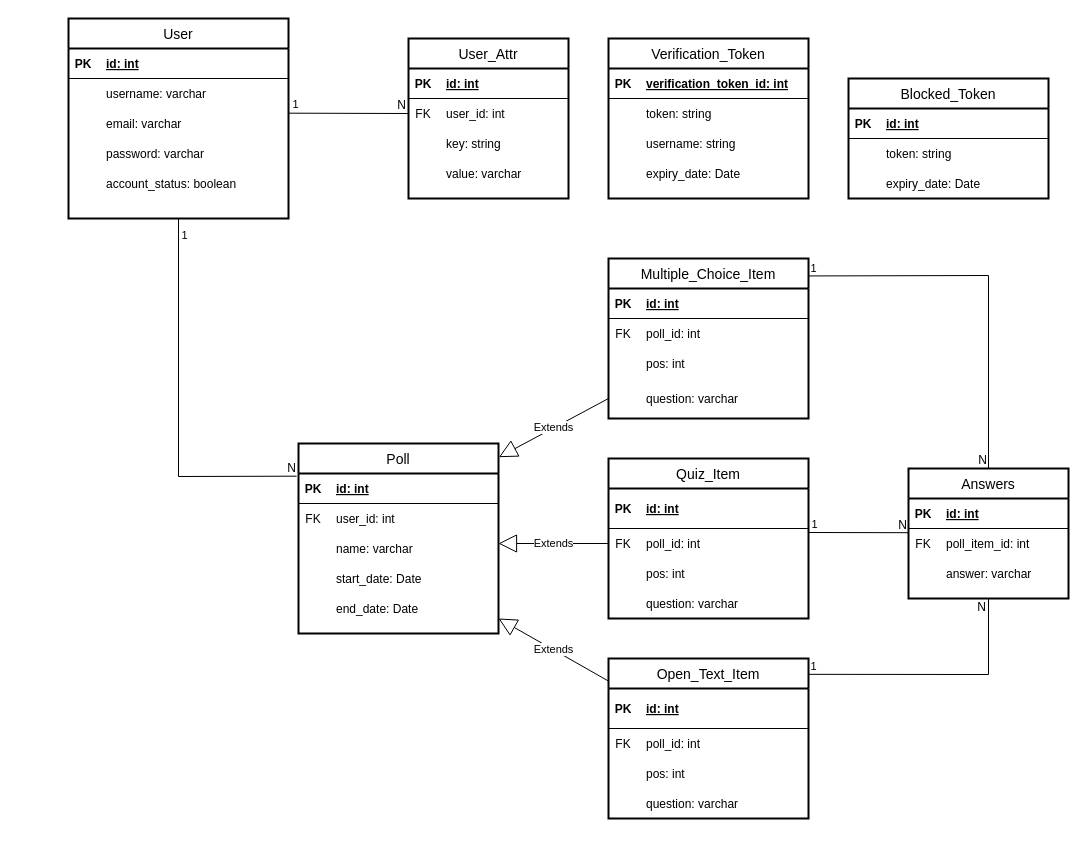
The draw.io diagram media/er-diagram.drawio in livepoll/live-poll-api, before the edit. Source tidied: cells renumbered, new cells numbered last; positions are measured from the earlier drawing's top-left corner, leaving out a move shared by most shapes. Both pictures are drawn from the tidied source at 100%, with x=0, y=0 at pixel (68, 18).
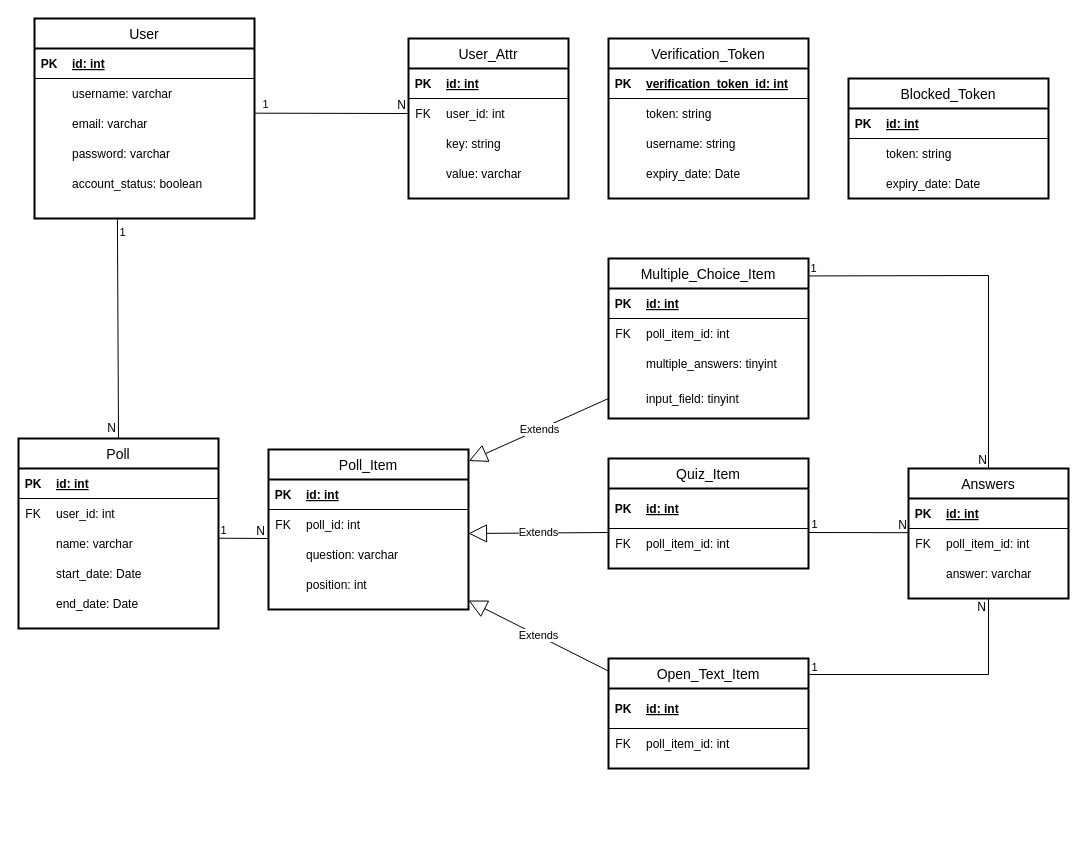
The same diagram, later.

The change refers to these unchanged cells:
```xml
<mxCell id="3" style="shape=table;startSize=0;childLayout=tableLayout;rowLines=0;fontStyle=0;align=center;strokeColor=none;fillColor=none;" parent="2" vertex="1">
  <mxGeometry y="30" width="220" height="170" as="geometry" />
</mxCell>
<mxCell id="55" style="shape=partialRectangle;fillColor=none;top=0;left=0;bottom=0;right=0;" parent="51" vertex="1">
  <mxGeometry y="30" width="200" height="30" as="geometry" />
</mxCell>
<mxCell id="58" style="shape=partialRectangle;fillColor=none;top=0;left=0;bottom=0;right=0;" parent="51" vertex="1">
  <mxGeometry y="60" width="200" height="30" as="geometry" />
</mxCell>
<mxCell id="61" style="shape=partialRectangle;fillColor=none;top=0;left=0;bottom=0;right=0;points=[[0,0.5],[1,0.5]];portConstraint=eastwest;" parent="51" vertex="1">
  <mxGeometry y="90" width="200" height="40" as="geometry" />
</mxCell>
<mxCell id="65" style="shape=table;startSize=0;childLayout=tableLayout;rowLines=0;fontStyle=0;align=center;strokeColor=none;fillColor=none;" parent="64" vertex="1">
  <mxGeometry y="30" width="160" height="100" as="geometry" />
</mxCell>
<mxCell id="80" style="shape=partialRectangle;fillColor=none;top=0;left=0;bottom=0;right=0;" parent="76" vertex="1">
  <mxGeometry y="40" width="200" height="30" as="geometry" />
</mxCell>
<mxCell id="97" style="shape=partialRectangle;fillColor=none;top=0;left=0;bottom=0;right=0;points=[[0,0.5],[1,0.5]];portConstraint=eastwest;" parent="93" vertex="1">
  <mxGeometry y="40" width="200" height="30" as="geometry" />
</mxCell>
```

What changed in the source:
```diff
@@
     <mxCell id="2" value="User" style="swimlane;horizontal=1;startSize=30;rounded=1;fontSize=14;fontStyle=0;strokeWidth=2;shadow=0;dashed=0;align=center;arcSize=0;" parent="1" vertex="1">
-      <mxGeometry width="220" height="200" as="geometry" />
+      <mxGeometry x="-34" width="220" height="200" as="geometry" />
     </mxCell>
@@
     <mxCell id="33" value="Poll" style="swimlane;horizontal=1;startSize=30;rounded=1;fontSize=14;fontStyle=0;strokeWidth=2;shadow=0;dashed=0;align=center;arcSize=0;" parent="1" vertex="1">
-      <mxGeometry x="230" y="425" width="200" height="190" as="geometry" />
+      <mxGeometry x="-50" y="420" width="200" height="190" as="geometry" />
     </mxCell>
@@
-    <mxCell id="57" value="poll_id: int" style="shape=partialRectangle;fillColor=none;top=0;left=0;bottom=0;right=0;align=left;spacingLeft=6;fontStyle=0;overflow=hidden;" parent="55" vertex="1">
+    <mxCell id="57" value="poll_item_id: int" style="shape=partialRectangle;fillColor=none;top=0;left=0;bottom=0;right=0;align=left;spacingLeft=6;fontStyle=0;overflow=hidden;" parent="55" vertex="1">
       <mxGeometry x="30" width="170" height="30" as="geometry" />
     </mxCell>
@@
-    <mxCell id="60" value="pos: int" style="shape=partialRectangle;fillColor=none;top=0;left=0;bottom=0;right=0;align=left;spacingLeft=6;overflow=hidden;" parent="58" vertex="1">
+    <mxCell id="60" value="multiple_answers: tinyint" style="shape=partialRectangle;fillColor=none;top=0;left=0;bottom=0;right=0;align=left;spacingLeft=6;overflow=hidden;" parent="58" vertex="1">
       <mxGeometry x="30" width="170" height="30" as="geometry" />
     </mxCell>
@@
-    <mxCell id="63" value="question: varchar" style="shape=partialRectangle;fillColor=none;top=0;left=0;bottom=0;right=0;align=left;spacingLeft=6;overflow=hidden;" parent="61" vertex="1">
+    <mxCell id="63" value="input_field: tinyint" style="shape=partialRectangle;fillColor=none;top=0;left=0;bottom=0;right=0;align=left;spacingLeft=6;overflow=hidden;" parent="61" vertex="1">
       <mxGeometry x="30" width="170" height="40" as="geometry" />
     </mxCell>
@@
     <mxCell id="75" value="Open_Text_Item" style="swimlane;horizontal=1;startSize=30;rounded=1;fontSize=14;fontStyle=0;strokeWidth=2;shadow=0;dashed=0;align=center;arcSize=0;" parent="1" vertex="1">
-      <mxGeometry x="540" y="640" width="200" height="160" as="geometry" />
+      <mxGeometry x="540" y="640" width="200" height="110" as="geometry" />
     </mxCell>
     <mxCell id="76" style="shape=table;startSize=0;childLayout=tableLayout;rowLines=0;fontStyle=0;align=center;strokeColor=none;fillColor=none;" parent="75" vertex="1">
-      <mxGeometry y="30" width="200" height="160" as="geometry" />
+      <mxGeometry y="30" width="200" height="100" as="geometry" />
     </mxCell>
@@
-    <mxCell id="82" value="poll_id: int" style="shape=partialRectangle;fillColor=none;top=0;left=0;bottom=0;right=0;align=left;spacingLeft=6;fontStyle=0;overflow=hidden;" parent="80" vertex="1">
+    <mxCell id="82" value="poll_item_id: int" style="shape=partialRectangle;fillColor=none;top=0;left=0;bottom=0;right=0;align=left;spacingLeft=6;fontStyle=0;overflow=hidden;" parent="80" vertex="1">
       <mxGeometry x="30" width="170" height="30" as="geometry" />
     </mxCell>
-    <mxCell id="83" style="shape=partialRectangle;fillColor=none;top=0;left=0;bottom=0;right=0;" parent="76" vertex="1">
-      <mxGeometry y="70" width="200" height="30" as="geometry" />
-    </mxCell>
-    <mxCell id="84" style="shape=partialRectangle;fillColor=none;top=0;left=0;bottom=0;right=0;overflow=hidden;" parent="83" vertex="1">
-      <mxGeometry width="30" height="30" as="geometry" />
-    </mxCell>
-    <mxCell id="85" value="pos: int" style="shape=partialRectangle;fillColor=none;top=0;left=0;bottom=0;right=0;align=left;spacingLeft=6;overflow=hidden;" parent="83" vertex="1">
-      <mxGeometry x="30" width="170" height="30" as="geometry" />
-    </mxCell>
-    <mxCell id="86" style="shape=partialRectangle;fillColor=none;top=0;left=0;bottom=0;right=0;" parent="76" vertex="1">
-      <mxGeometry y="100" width="200" height="30" as="geometry" />
-    </mxCell>
-    <mxCell id="87" style="shape=partialRectangle;fillColor=none;top=0;left=0;bottom=0;right=0;overflow=hidden;" parent="86" vertex="1">
-      <mxGeometry width="30" height="30" as="geometry" />
-    </mxCell>
-    <mxCell id="88" value="question: varchar" style="shape=partialRectangle;fillColor=none;top=0;left=0;bottom=0;right=0;align=left;spacingLeft=6;overflow=hidden;" parent="86" vertex="1">
-      <mxGeometry x="30" width="170" height="30" as="geometry" />
-    </mxCell>
     <mxCell id="89" style="shape=partialRectangle;fillColor=none;top=0;left=0;bottom=0;right=0;" parent="76" vertex="1">
-      <mxGeometry y="130" width="200" height="30" as="geometry" />
+      <mxGeometry y="70" width="200" height="30" as="geometry" />
     </mxCell>
@@
     <mxCell id="92" value="Quiz_Item" style="swimlane;horizontal=1;startSize=30;rounded=1;fontSize=14;fontStyle=0;strokeWidth=2;shadow=0;dashed=0;align=center;arcSize=0;" parent="1" vertex="1">
-      <mxGeometry x="540" y="440" width="200" height="160" as="geometry" />
+      <mxGeometry x="540" y="440" width="200" height="110" as="geometry" />
     </mxCell>
     <mxCell id="93" style="shape=table;startSize=0;childLayout=tableLayout;rowLines=0;fontStyle=0;align=center;strokeColor=none;fillColor=none;" parent="92" vertex="1">
-      <mxGeometry y="30" width="200" height="130" as="geometry" />
+      <mxGeometry y="30" width="200" height="80" as="geometry" />
     </mxCell>
@@
-    <mxCell id="99" value="poll_id: int" style="shape=partialRectangle;fillColor=none;top=0;left=0;bottom=0;right=0;align=left;spacingLeft=6;fontStyle=0;overflow=hidden;" parent="97" vertex="1">
+    <mxCell id="99" value="poll_item_id: int" style="shape=partialRectangle;fillColor=none;top=0;left=0;bottom=0;right=0;align=left;spacingLeft=6;fontStyle=0;overflow=hidden;" parent="97" vertex="1">
       <mxGeometry x="30" width="170" height="30" as="geometry" />
     </mxCell>
-    <mxCell id="100" style="shape=partialRectangle;fillColor=none;top=0;left=0;bottom=0;right=0;" parent="93" vertex="1">
-      <mxGeometry y="70" width="200" height="30" as="geometry" />
-    </mxCell>
-    <mxCell id="101" style="shape=partialRectangle;fillColor=none;top=0;left=0;bottom=0;right=0;overflow=hidden;" parent="100" vertex="1">
-      <mxGeometry width="30" height="30" as="geometry" />
-    </mxCell>
-    <mxCell id="102" value="pos: int" style="shape=partialRectangle;fillColor=none;top=0;left=0;bottom=0;right=0;align=left;spacingLeft=6;overflow=hidden;" parent="100" vertex="1">
-      <mxGeometry x="30" width="170" height="30" as="geometry" />
-    </mxCell>
-    <mxCell id="103" style="shape=partialRectangle;fillColor=none;top=0;left=0;bottom=0;right=0;" parent="93" vertex="1">
-      <mxGeometry y="100" width="200" height="30" as="geometry" />
-    </mxCell>
-    <mxCell id="104" style="shape=partialRectangle;fillColor=none;top=0;left=0;bottom=0;right=0;overflow=hidden;" parent="103" vertex="1">
-      <mxGeometry width="30" height="30" as="geometry" />
-    </mxCell>
-    <mxCell id="105" value="question: varchar" style="shape=partialRectangle;fillColor=none;top=0;left=0;bottom=0;right=0;align=left;spacingLeft=6;overflow=hidden;" parent="103" vertex="1">
-      <mxGeometry x="30" width="170" height="30" as="geometry" />
-    </mxCell>
@@
-    <mxCell id="123" style="endArrow=none;html=1;rounded=0;entryX=-0.01;entryY=0.172;entryDx=0;entryDy=0;entryPerimeter=0;exitX=0.5;exitY=1;exitDx=0;exitDy=0;" parent="1" edge="1" source="3" target="33">
-      <mxGeometry relative="1" as="geometry">
-        <Array as="points">
-          <mxPoint x="110" y="458" />
-        </Array>
-      </mxGeometry>
+    <mxCell id="123" style="endArrow=none;html=1;rounded=0;entryX=0.5;entryY=0;entryDx=0;entryDy=0;exitX=0.377;exitY=1.006;exitDx=0;exitDy=0;exitPerimeter=0;" parent="1" edge="1" source="3" target="33">
+      <mxGeometry relative="1" as="geometry" />
     </mxCell>
     <mxCell id="124" value="N" style="html=1;align=right;verticalAlign=bottom;" parent="123" vertex="1">
-      <mxGeometry x="1" relative="1" as="geometry" />
+      <mxGeometry x="1" relative="1" as="geometry">
+        <mxPoint x="-2" y="-2" as="offset" />
+      </mxGeometry>
     </mxCell>
     <mxCell id="125" value="1" style="edgeLabel;html=1;align=center;verticalAlign=middle;" parent="123" vertex="1">
       <mxGeometry x="-0.9" relative="1" as="geometry">
-        <mxPoint x="5" y="-3" as="offset" />
+        <mxPoint x="5" y="1" as="offset" />
       </mxGeometry>
     </mxCell>
@@
-    <mxCell id="132" style="endArrow=none;html=1;rounded=0;exitX=1.001;exitY=0.099;exitDx=0;exitDy=0;exitPerimeter=0;entryX=0.5;entryY=1;entryDx=0;entryDy=0;" parent="1" edge="1" source="75" target="65">
+    <mxCell id="132" style="endArrow=none;html=1;rounded=0;entryX=0.5;entryY=1;entryDx=0;entryDy=0;" parent="1" edge="1" target="65">
       <mxGeometry relative="1" as="geometry">
+        <mxPoint x="741" y="656" as="sourcePoint" />
         <Array as="points">
           <mxPoint x="920" y="656" />
         </Array>
       </mxGeometry>
     </mxCell>
@@
-    <mxCell id="135" value="Extends" style="endArrow=block;endSize=16;endFill=0;html=1;exitX=0;exitY=0.5;exitDx=0;exitDy=0;entryX=1.002;entryY=0.072;entryDx=0;entryDy=0;entryPerimeter=0;" parent="1" edge="1" source="61" target="33">
-      <mxGeometry relative="1" as="geometry" />
-    </mxCell>
-    <mxCell id="136" value="Extends" style="endArrow=block;endSize=16;endFill=0;html=1;exitX=0;exitY=0.5;exitDx=0;exitDy=0;" parent="1" edge="1" source="97">
+    <mxCell id="136" value="Extends" style="endArrow=block;endSize=16;endFill=0;html=1;exitX=0;exitY=0.5;exitDx=0;exitDy=0;entryX=1;entryY=0.5;entryDx=0;entryDy=0;" parent="1" edge="1">
       <mxGeometry relative="1" as="geometry">
-        <mxPoint x="430" y="525" as="targetPoint" />
+        <mxPoint x="540" y="514" as="sourcePoint" />
+        <mxPoint x="400" y="515" as="targetPoint" />
       </mxGeometry>
     </mxCell>
-    <mxCell id="137" value="Extends" style="endArrow=block;endSize=16;endFill=0;html=1;exitX=-0.003;exitY=0.139;exitDx=0;exitDy=0;exitPerimeter=0;" parent="1" edge="1" source="75">
+    <mxCell id="137" value="Extends" style="endArrow=block;endSize=16;endFill=0;html=1;exitX=-0.003;exitY=0.139;exitDx=0;exitDy=0;exitPerimeter=0;entryX=1;entryY=0.5;entryDx=0;entryDy=0;" parent="1" edge="1">
       <mxGeometry relative="1" as="geometry">
-        <mxPoint x="430" y="600" as="targetPoint" />
+        <mxPoint x="539.4" y="652.3" as="sourcePoint" />
+        <mxPoint x="400" y="582" as="targetPoint" />
       </mxGeometry>
     </mxCell>
@@
+    <mxCell id="150" value="Poll_Item" style="swimlane;horizontal=1;startSize=30;rounded=1;fontSize=14;fontStyle=0;strokeWidth=2;shadow=0;dashed=0;align=center;arcSize=0;" parent="1" vertex="1">
+      <mxGeometry x="200" y="431" width="200" height="160" as="geometry" />
+    </mxCell>
+    <mxCell id="151" style="shape=table;startSize=0;childLayout=tableLayout;rowLines=0;fontStyle=0;align=center;strokeColor=none;fillColor=none;" parent="150" vertex="1">
+      <mxGeometry y="30" width="200" height="130" as="geometry" />
+    </mxCell>
+    <mxCell id="152" style="shape=partialRectangle;fillColor=none;top=0;left=0;bottom=1;right=0;" parent="151" vertex="1">
+      <mxGeometry width="200" height="30" as="geometry" />
+    </mxCell>
+    <mxCell id="153" value="PK" style="shape=partialRectangle;fillColor=none;top=0;left=0;bottom=0;right=0;fontStyle=1;overflow=hidden;" parent="152" vertex="1">
+      <mxGeometry width="30" height="30" as="geometry" />
+    </mxCell>
+    <mxCell id="154" value="id: int" style="shape=partialRectangle;fillColor=none;top=0;left=0;bottom=0;right=0;align=left;spacingLeft=6;fontStyle=5;overflow=hidden;" parent="152" vertex="1">
+      <mxGeometry x="30" width="170" height="30" as="geometry" />
+    </mxCell>
+    <mxCell id="155" style="shape=partialRectangle;fillColor=none;top=0;left=0;bottom=0;right=0;" parent="151" vertex="1">
+      <mxGeometry y="30" width="200" height="30" as="geometry" />
+    </mxCell>
+    <mxCell id="156" value="FK" style="shape=partialRectangle;fillColor=none;top=0;left=0;bottom=0;right=0;fontStyle=0;overflow=hidden;" parent="155" vertex="1">
+      <mxGeometry width="30" height="30" as="geometry" />
+    </mxCell>
+    <mxCell id="157" value="poll_id: int" style="shape=partialRectangle;fillColor=none;top=0;left=0;bottom=0;right=0;align=left;spacingLeft=6;fontStyle=0;overflow=hidden;" parent="155" vertex="1">
+      <mxGeometry x="30" width="170" height="30" as="geometry" />
+    </mxCell>
+    <mxCell id="158" style="shape=partialRectangle;fillColor=none;top=0;left=0;bottom=0;right=0;" parent="151" vertex="1">
+      <mxGeometry y="60" width="200" height="30" as="geometry" />
+    </mxCell>
+    <mxCell id="159" style="shape=partialRectangle;fillColor=none;top=0;left=0;bottom=0;right=0;overflow=hidden;" parent="158" vertex="1">
+      <mxGeometry width="30" height="30" as="geometry" />
+    </mxCell>
+    <mxCell id="160" value="question: varchar" style="shape=partialRectangle;fillColor=none;top=0;left=0;bottom=0;right=0;align=left;spacingLeft=6;overflow=hidden;" parent="158" vertex="1">
+      <mxGeometry x="30" width="170" height="30" as="geometry" />
+    </mxCell>
+    <mxCell id="161" style="shape=partialRectangle;fillColor=none;top=0;left=0;bottom=0;right=0;" parent="151" vertex="1">
+      <mxGeometry y="90" width="200" height="30" as="geometry" />
+    </mxCell>
+    <mxCell id="162" style="shape=partialRectangle;fillColor=none;top=0;left=0;bottom=0;right=0;overflow=hidden;" parent="161" vertex="1">
+      <mxGeometry width="30" height="30" as="geometry" />
+    </mxCell>
+    <mxCell id="163" value="position: int" style="shape=partialRectangle;fillColor=none;top=0;left=0;bottom=0;right=0;align=left;spacingLeft=6;overflow=hidden;" parent="161" vertex="1">
+      <mxGeometry x="30" width="170" height="30" as="geometry" />
+    </mxCell>
+    <mxCell id="135" value="Extends" style="endArrow=block;endSize=16;endFill=0;html=1;exitX=0;exitY=0.5;exitDx=0;exitDy=0;entryX=1.002;entryY=0.072;entryDx=0;entryDy=0;entryPerimeter=0;" parent="1" edge="1" source="61" target="150">
+      <mxGeometry relative="1" as="geometry" />
+    </mxCell>
+    <mxCell id="164" style="endArrow=none;html=1;rounded=0;" parent="1" edge="1">
+      <mxGeometry relative="1" as="geometry">
+        <mxPoint x="150" y="519.7" as="sourcePoint" />
+        <mxPoint x="200" y="520" as="targetPoint" />
+      </mxGeometry>
+    </mxCell>
+    <mxCell id="165" value="N" style="html=1;align=right;verticalAlign=bottom;" parent="164" vertex="1">
+      <mxGeometry x="1" relative="1" as="geometry">
+        <mxPoint x="-3" y="0.8" as="offset" />
+      </mxGeometry>
+    </mxCell>
+    <mxCell id="166" value="1" style="edgeLabel;html=1;align=center;verticalAlign=middle;" parent="164" vertex="1">
+      <mxGeometry x="-0.75" y="-4" relative="1" as="geometry">
+        <mxPoint x="-1.6" y="-12.1" as="offset" />
+      </mxGeometry>
+    </mxCell>
```
